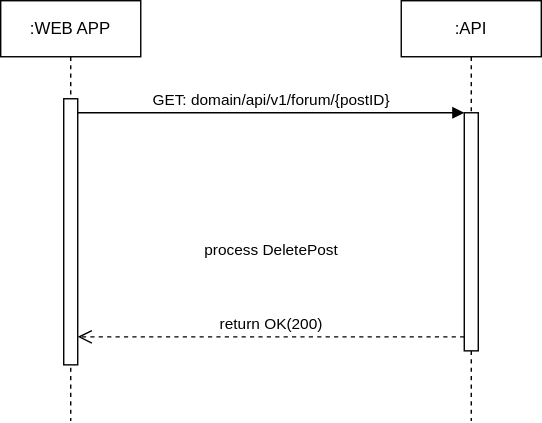
Before: image/systemdiagram_sequenzdiagram/GetPost.svg, a diagram exported from draw.io (StudyConnect-ZHAW/StudyConnect). Source tidied: cells renumbered, new cells last; positions are measured from the earlier drawing's top-left corner, leaving out a move shared by most shapes. The source it was exported from:
```xml
<mxGraphModel>
  <root>
    <mxCell id="0" />
    <mxCell id="1" parent="0" />
    <mxCell id="2" value=":WEB APP" style="shape=umlLifeline;perimeter=lifelinePerimeter;whiteSpace=wrap;html=1;newEdgeStyle={&quot;edgeStyle&quot;:&quot;elbowEdgeStyle&quot;,&quot;elbow&quot;:&quot;vertical&quot;,&quot;curved&quot;:0,&quot;rounded&quot;:0};" parent="1" vertex="1">
      <mxGeometry width="100" height="300" as="geometry" />
    </mxCell>
    <mxCell id="3" style="html=1;points=[];perimeter=orthogonalPerimeter;outlineConnect=0;targetShapes=umlLifeline;portConstraint=eastwest;newEdgeStyle={&quot;edgeStyle&quot;:&quot;elbowEdgeStyle&quot;,&quot;elbow&quot;:&quot;vertical&quot;,&quot;curved&quot;:0,&quot;rounded&quot;:0};" parent="2" vertex="1">
      <mxGeometry x="45" y="70" width="10" height="190" as="geometry" />
    </mxCell>
    <mxCell id="4" value=":API" style="shape=umlLifeline;perimeter=lifelinePerimeter;whiteSpace=wrap;html=1;newEdgeStyle={&quot;edgeStyle&quot;:&quot;elbowEdgeStyle&quot;,&quot;elbow&quot;:&quot;vertical&quot;,&quot;curved&quot;:0,&quot;rounded&quot;:0};" parent="1" vertex="1">
      <mxGeometry x="286" width="100" height="300" as="geometry" />
    </mxCell>
    <mxCell id="5" style="html=1;points=[];perimeter=orthogonalPerimeter;outlineConnect=0;targetShapes=umlLifeline;portConstraint=eastwest;newEdgeStyle={&quot;edgeStyle&quot;:&quot;elbowEdgeStyle&quot;,&quot;elbow&quot;:&quot;vertical&quot;,&quot;curved&quot;:0,&quot;rounded&quot;:0};" parent="4" vertex="1">
      <mxGeometry x="45" y="80" width="10" height="170" as="geometry" />
    </mxCell>
    <mxCell id="6" value="GET: domain/api/v1/forum/{postID}" style="html=1;verticalAlign=bottom;endArrow=block;edgeStyle=elbowEdgeStyle;elbow=horizontal;curved=0;rounded=0;" parent="1" edge="1" source="3" target="5">
      <mxGeometry relative="1" as="geometry">
        <Array as="points">
          <mxPoint x="141" y="80" />
        </Array>
      </mxGeometry>
    </mxCell>
    <mxCell id="7" value="&lt;div&gt;process DeletePost&lt;/div&gt;&lt;div&gt;&lt;br&gt;&lt;/div&gt;&lt;div&gt;&lt;br&gt;&lt;/div&gt;&lt;div&gt;&lt;br&gt;&lt;/div&gt;return OK(200)" style="html=1;verticalAlign=bottom;endArrow=open;dashed=1;endSize=8;edgeStyle=elbowEdgeStyle;elbow=vertical;curved=0;rounded=0;" parent="1" edge="1" source="5" target="3">
      <mxGeometry relative="1" as="geometry">
        <Array as="points">
          <mxPoint x="151" y="240" />
        </Array>
      </mxGeometry>
    </mxCell>
  </root>
</mxGraphModel>
```
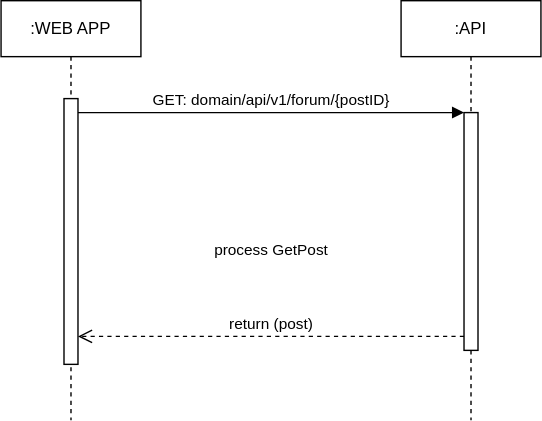
The same diagram one commit later.

The edit, as a diff of the source:
```diff
@@ -21,7 +21,7 @@
         </Array>
       </mxGeometry>
     </mxCell>
-    <mxCell id="7" value="&lt;div&gt;process DeletePost&lt;/div&gt;&lt;div&gt;&lt;br&gt;&lt;/div&gt;&lt;div&gt;&lt;br&gt;&lt;/div&gt;&lt;div&gt;&lt;br&gt;&lt;/div&gt;return OK(200)" style="html=1;verticalAlign=bottom;endArrow=open;dashed=1;endSize=8;edgeStyle=elbowEdgeStyle;elbow=vertical;curved=0;rounded=0;" parent="1" edge="1" source="5" target="3">
+    <mxCell id="7" value="&lt;div&gt;process GetPost&lt;/div&gt;&lt;div&gt;&lt;br&gt;&lt;/div&gt;&lt;div&gt;&lt;br&gt;&lt;/div&gt;&lt;div&gt;&lt;br&gt;&lt;/div&gt;return (post)" style="html=1;verticalAlign=bottom;endArrow=open;dashed=1;endSize=8;edgeStyle=elbowEdgeStyle;elbow=vertical;curved=0;rounded=0;" parent="1" edge="1" source="5" target="3">
       <mxGeometry relative="1" as="geometry">
         <Array as="points">
           <mxPoint x="151" y="240" />
```
